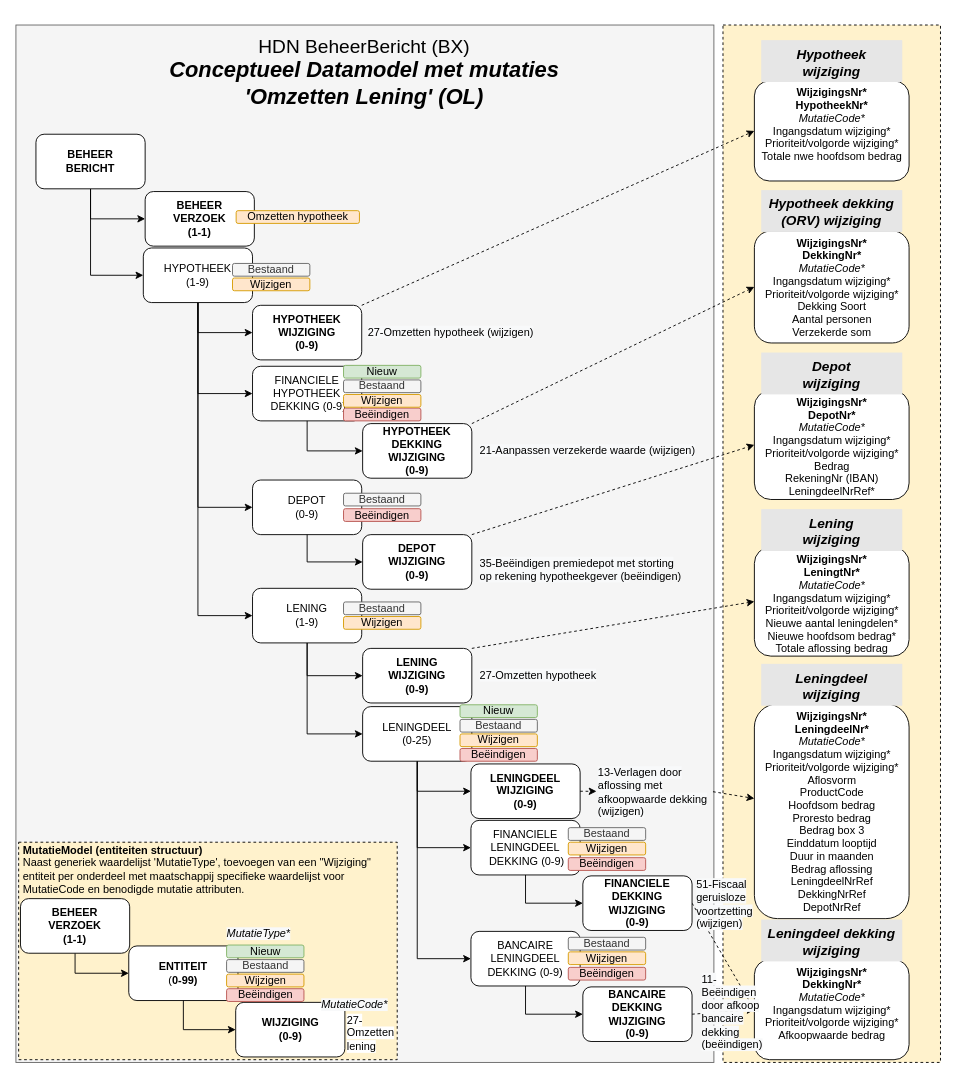
Above: page "Datamodel OH met mutaties" (2 of 4) of HDN_BX_MM_OmzettenHypotheek.drawio in luchthandel/diagrams (draw.io), before the change. Source tidied: cells renumbered, new cells numbered last; positions are measured from the earlier drawing's top-left corner, leaving out a move shared by most shapes. Both pictures are drawn from the tidied source at 91%, with x=0, y=0 at pixel (15, 25).
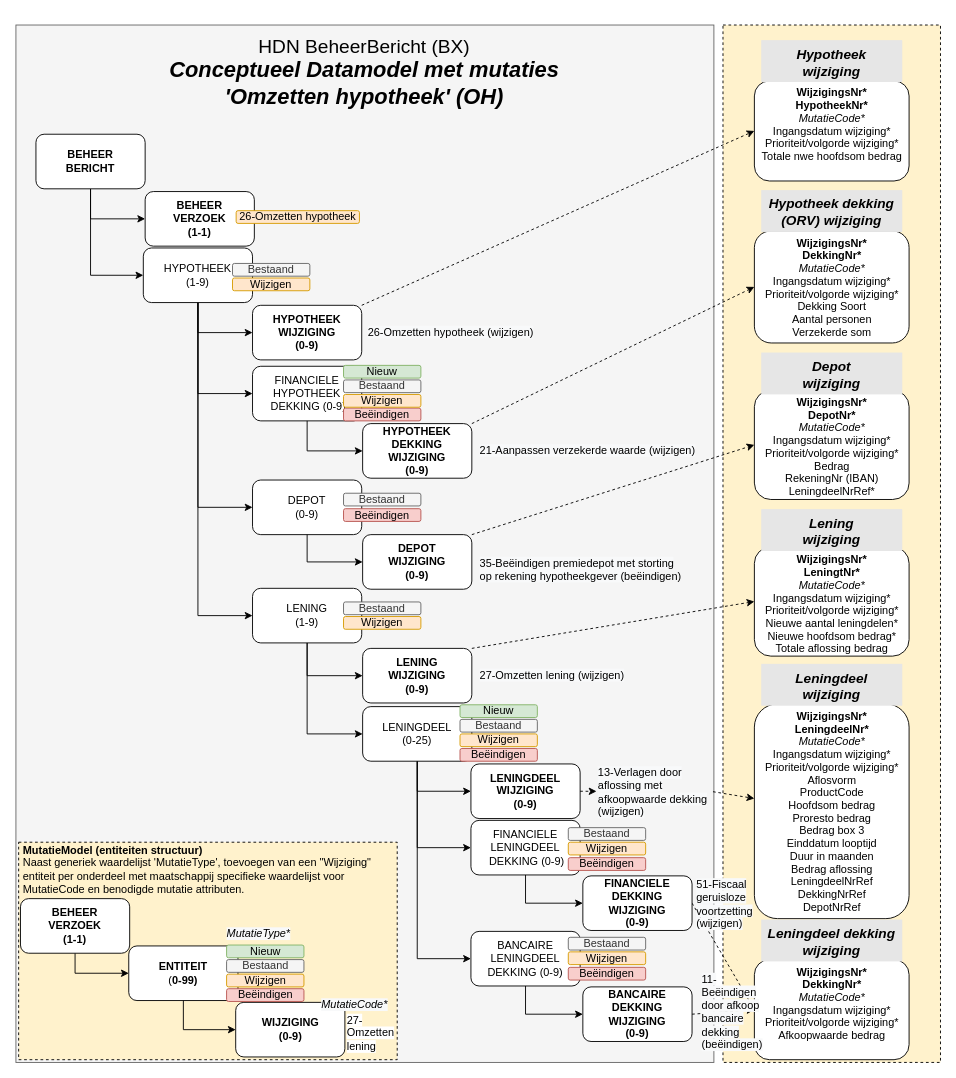
The same page after the edit.

Change to the diagram source:
```diff
@@
-    <mxCell id="16" value="&lt;font style=&quot;font-size: 21px&quot;&gt;HDN BeheerBericht (BX)&lt;br&gt;&lt;/font&gt;&lt;span style=&quot;font-size: 24px&quot;&gt;&lt;b&gt;&lt;i&gt;Conceptueel Datamodel met mutaties&lt;br&gt;'Omzetten Lening' (OL)&lt;/i&gt;&lt;/b&gt;&lt;/span&gt;" style="text;html=1;strokeColor=none;fillColor=none;align=center;verticalAlign=middle;whiteSpace=wrap;rounded=0;" parent="1" vertex="1">
+    <mxCell id="16" value="&lt;font style=&quot;font-size: 21px&quot;&gt;HDN BeheerBericht (BX)&lt;br&gt;&lt;/font&gt;&lt;span style=&quot;font-size: 24px&quot;&gt;&lt;b&gt;&lt;i&gt;Conceptueel Datamodel met mutaties&lt;br&gt;'Omzetten hypotheek' (OH)&lt;/i&gt;&lt;/b&gt;&lt;/span&gt;" style="text;html=1;strokeColor=none;fillColor=none;align=center;verticalAlign=middle;whiteSpace=wrap;rounded=0;" parent="1" vertex="1">
       <mxGeometry y="5" width="766" height="93" as="geometry" />
     </mxCell>
@@
-    <mxCell id="19" value="&lt;span style=&quot;font-weight: 400&quot;&gt;Omzetten hypotheek&lt;/span&gt;" style="rounded=1;whiteSpace=wrap;html=1;fontStyle=1;fillColor=#ffe6cc;strokeColor=#d79b00;" parent="1" vertex="1">
+    <mxCell id="19" value="&lt;span style=&quot;font-family: &amp;#34;helvetica&amp;#34; ; font-weight: 400 ; text-align: left&quot;&gt;26-Omzetten hypotheek&lt;/span&gt;" style="rounded=1;whiteSpace=wrap;html=1;fontStyle=1;fillColor=#ffe6cc;strokeColor=#d79b00;" parent="1" vertex="1">
       <mxGeometry x="242" y="204" width="135.5" height="14" as="geometry" />
     </mxCell>
@@
-    <mxCell id="96" value="&lt;span style=&quot;color: rgb(0 , 0 , 0) ; font-family: &amp;#34;helvetica&amp;#34; ; font-size: 12px ; font-style: normal ; font-weight: 400 ; letter-spacing: normal ; text-align: left ; text-indent: 0px ; text-transform: none ; word-spacing: 0px ; background-color: rgb(248 , 249 , 250) ; display: inline ; float: none&quot;&gt;27-Omzetten hypotheek (wijzigen)&lt;/span&gt;" style="text;whiteSpace=wrap;html=1;" parent="1" vertex="1">
+    <mxCell id="96" value="&lt;span style=&quot;color: rgb(0 , 0 , 0) ; font-family: &amp;#34;helvetica&amp;#34; ; font-size: 12px ; font-style: normal ; font-weight: 400 ; letter-spacing: normal ; text-align: left ; text-indent: 0px ; text-transform: none ; word-spacing: 0px ; background-color: rgb(248 , 249 , 250) ; display: inline ; float: none&quot;&gt;26-Omzetten hypotheek (wijzigen)&lt;/span&gt;" style="text;whiteSpace=wrap;html=1;" parent="1" vertex="1">
       <mxGeometry x="385" y="324" width="197" height="28" as="geometry" />
     </mxCell>
-    <mxCell id="97" value="&lt;span style=&quot;color: rgb(0 , 0 , 0) ; font-family: &amp;#34;helvetica&amp;#34; ; font-size: 12px ; font-style: normal ; font-weight: 400 ; letter-spacing: normal ; text-align: left ; text-indent: 0px ; text-transform: none ; word-spacing: 0px ; background-color: rgb(248 , 249 , 250) ; display: inline ; float: none&quot;&gt;27-Omzetten hypotheek&lt;/span&gt;" style="text;whiteSpace=wrap;html=1;" parent="1" vertex="1">
-      <mxGeometry x="508" y="701" width="144" height="28" as="geometry" />
+    <mxCell id="97" value="&lt;span style=&quot;color: rgb(0 , 0 , 0) ; font-family: &amp;#34;helvetica&amp;#34; ; font-size: 12px ; font-style: normal ; font-weight: 400 ; letter-spacing: normal ; text-align: left ; text-indent: 0px ; text-transform: none ; word-spacing: 0px ; background-color: rgb(248 , 249 , 250) ; display: inline ; float: none&quot;&gt;27-Omzetten lening (wijzigen)&lt;/span&gt;" style="text;whiteSpace=wrap;html=1;" parent="1" vertex="1">
+      <mxGeometry x="508" y="701" width="181" height="28" as="geometry" />
     </mxCell>
```
